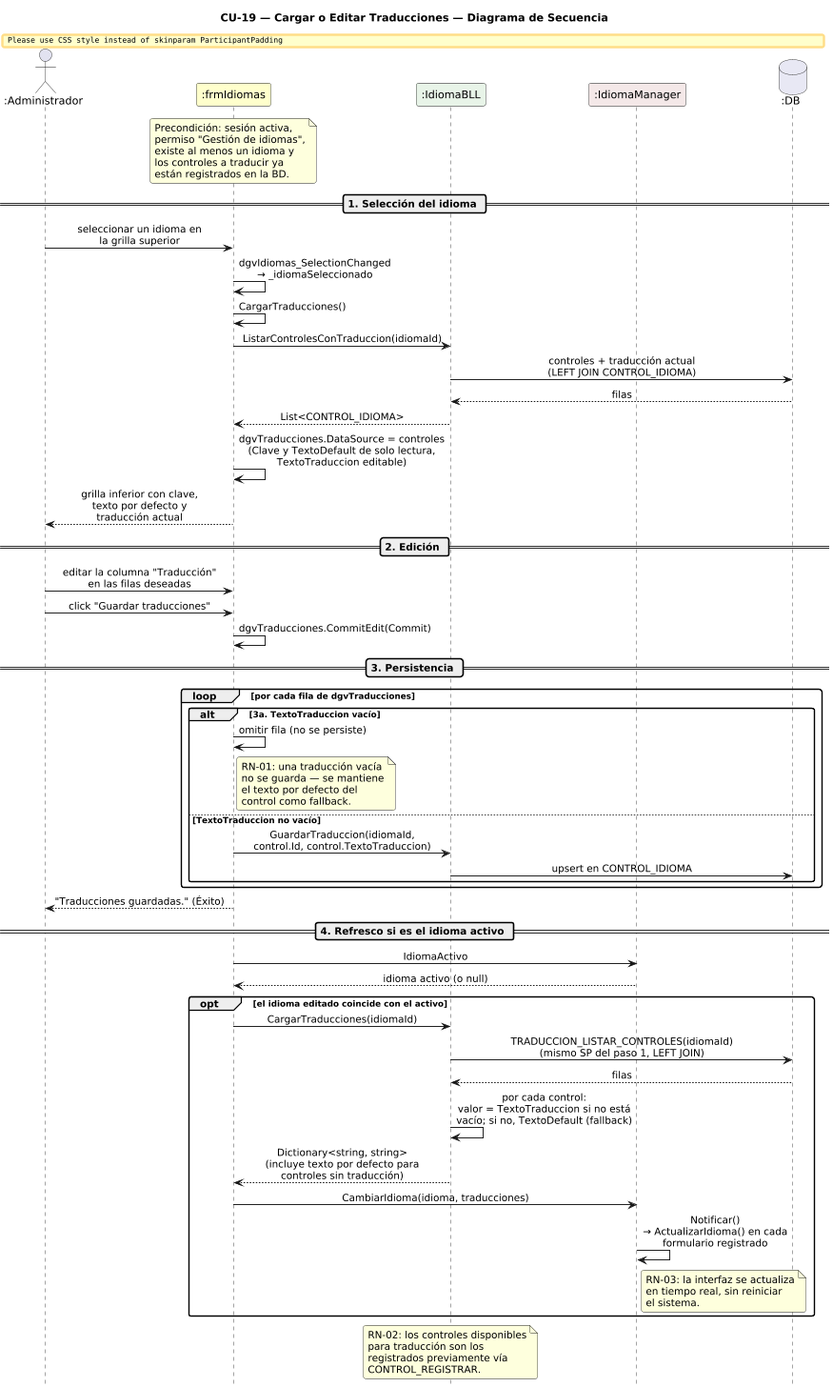
Before: DIAGRAMAS/DiagramaSecuencia_CU19_CargarEditarTraducciones.png, a diagram exported from PlantUML (Urrels/ingenieria_software). Its diagram source:
```plantuml
@startuml DiagramaSecuencia_CU19_CargarEditarTraducciones

title CU-19 — Cargar o Editar Traducciones — Diagrama de Secuencia

skinparam shadowing false
skinparam roundcorner 6
skinparam sequenceArrowThickness 1.2
skinparam ParticipantPadding 14
skinparam sequenceMessageAlign center
hide footbox
scale 0.8

actor       ":Administrador" as A
participant ":frmIdiomas"    as FI #FEFECE
participant ":IdiomaBLL"     as IB #E8F4E8
participant ":IdiomaManager" as IM #F4E8E8
database    ":DB"            as DB #E8E8F4

note over FI
  Precondición: sesión activa,
  permiso "Gestión de idiomas",
  existe al menos un idioma y
  los controles a traducir ya
  están registrados en la BD.
end note

== 1. Selección del idioma ==

A -> FI : seleccionar un idioma en\nla grilla superior
FI -> FI : dgvIdiomas_SelectionChanged\n→ _idiomaSeleccionado
FI -> FI : CargarTraducciones()

FI -> IB : ListarControlesConTraduccion(idiomaId)
IB -> DB : controles + traducción actual\n(LEFT JOIN CONTROL_IDIOMA)
DB --> IB : filas
IB --> FI : List<CONTROL_IDIOMA>
FI -> FI : dgvTraducciones.DataSource = controles\n(Clave y TextoDefault de solo lectura,\nTextoTraduccion editable)
FI --> A : grilla inferior con clave,\ntexto por defecto y\ntraducción actual

== 2. Edición ==

A -> FI : editar la columna "Traducción"\nen las filas deseadas
A -> FI : click "Guardar traducciones"
FI -> FI : dgvTraducciones.CommitEdit(Commit)

== 3. Persistencia ==

loop por cada fila de dgvTraducciones

  alt 3a. TextoTraduccion vacío
    FI -> FI : omitir fila (no se persiste)
    note right of FI
      RN-01: una traducción vacía
      no se guarda — se mantiene
      el texto por defecto del
      control como fallback.
    end note
  else TextoTraduccion no vacío
    FI -> IB : GuardarTraduccion(idiomaId,\ncontrol.Id, control.TextoTraduccion)
    IB -> DB : upsert en CONTROL_IDIOMA
  end
end

FI --> A : "Traducciones guardadas." (Éxito)

== 4. Refresco si es el idioma activo ==

FI -> IM : IdiomaActivo
IM --> FI : idioma activo (o null)

opt el idioma editado coincide con el activo
  FI -> IB : CargarTraducciones(idiomaId)
  IB -> DB : TRADUCCION_LISTAR_CONTROLES(idiomaId)\n(mismo SP del paso 1, LEFT JOIN)
  DB --> IB : filas
  IB -> IB : por cada control:\nvalor = TextoTraduccion si no está\nvacío; si no, TextoDefault (fallback)
  IB --> FI : Dictionary<string, string>\n(incluye texto por defecto para\ncontroles sin traducción)
  FI -> IM : CambiarIdioma(idioma, traducciones)
  IM -> IM : Notificar()\n→ ActualizarIdioma() en cada\nformulario registrado
  note right of IM
    RN-03: la interfaz se actualiza
    en tiempo real, sin reiniciar
    el sistema.
  end note
end

note over IB
  RN-02: los controles disponibles
  para traducción son los
  registrados previamente vía
  CONTROL_REGISTRAR.
end note

@enduml
```
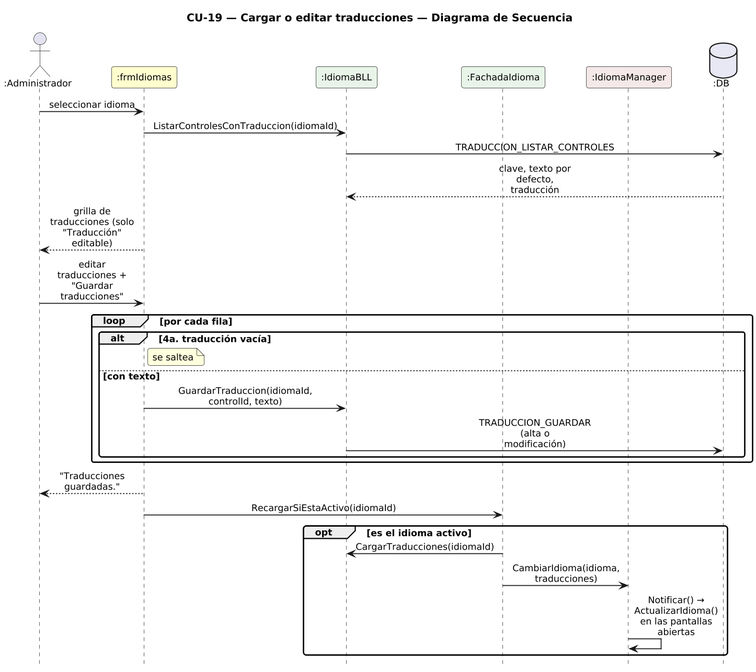
The same file after the commit.

Change to the diagram source:
```diff
@@ -1,93 +1,45 @@
 @startuml DiagramaSecuencia_CU19_CargarEditarTraducciones
 
-title CU-19 — Cargar o Editar Traducciones — Diagrama de Secuencia
+title CU-19 — Cargar o editar traducciones — Diagrama de Secuencia
 
 skinparam shadowing false
 skinparam roundcorner 6
 skinparam sequenceArrowThickness 1.2
-skinparam ParticipantPadding 14
+skinparam ParticipantPadding 6
+skinparam BoxPadding 4
+skinparam maxMessageSize 115
 skinparam sequenceMessageAlign center
+skinparam defaultFontSize 12
+skinparam dpi 140
 hide footbox
-scale 0.8
 
-actor       ":Administrador" as A
-participant ":frmIdiomas"    as FI #FEFECE
-participant ":IdiomaBLL"     as IB #E8F4E8
+actor ":Administrador" as A
+participant ":frmIdiomas" as F #FEFECE
+participant ":IdiomaBLL" as IB #E8F4E8
+participant ":FachadaIdioma" as FA #E8F4E8
 participant ":IdiomaManager" as IM #F4E8E8
-database    ":DB"            as DB #E8E8F4
+database ":DB" as DB #E8E8F4
 
-note over FI
-  Precondición: sesión activa,
-  permiso "Gestión de idiomas",
-  existe al menos un idioma y
-  los controles a traducir ya
-  están registrados en la BD.
-end note
-
-== 1. Selección del idioma ==
-
-A -> FI : seleccionar un idioma en\nla grilla superior
-FI -> FI : dgvIdiomas_SelectionChanged\n→ _idiomaSeleccionado
-FI -> FI : CargarTraducciones()
-
-FI -> IB : ListarControlesConTraduccion(idiomaId)
-IB -> DB : controles + traducción actual\n(LEFT JOIN CONTROL_IDIOMA)
-DB --> IB : filas
-IB --> FI : List<CONTROL_IDIOMA>
-FI -> FI : dgvTraducciones.DataSource = controles\n(Clave y TextoDefault de solo lectura,\nTextoTraduccion editable)
-FI --> A : grilla inferior con clave,\ntexto por defecto y\ntraducción actual
-
-== 2. Edición ==
-
-A -> FI : editar la columna "Traducción"\nen las filas deseadas
-A -> FI : click "Guardar traducciones"
-FI -> FI : dgvTraducciones.CommitEdit(Commit)
-
-== 3. Persistencia ==
-
-loop por cada fila de dgvTraducciones
-
-  alt 3a. TextoTraduccion vacío
-    FI -> FI : omitir fila (no se persiste)
-    note right of FI
-      RN-01: una traducción vacía
-      no se guarda — se mantiene
-      el texto por defecto del
-      control como fallback.
-    end note
-  else TextoTraduccion no vacío
-    FI -> IB : GuardarTraduccion(idiomaId,\ncontrol.Id, control.TextoTraduccion)
-    IB -> DB : upsert en CONTROL_IDIOMA
+A -> F : seleccionar idioma
+F -> IB : ListarControlesConTraduccion(idiomaId)
+IB -> DB : TRADUCCION_LISTAR_CONTROLES
+DB --> IB : clave, texto por defecto, traducción
+F --> A : grilla de traducciones (solo "Traducción" editable)
+A -> F : editar traducciones + "Guardar traducciones"
+loop por cada fila
+  alt 4a. traducción vacía
+    note right of F : se saltea
+  else con texto
+    F -> IB : GuardarTraduccion(idiomaId, controlId, texto)
+    IB -> DB : TRADUCCION_GUARDAR (alta o modificación)
   end
 end
-
-FI --> A : "Traducciones guardadas." (Éxito)
-
-== 4. Refresco si es el idioma activo ==
-
-FI -> IM : IdiomaActivo
-IM --> FI : idioma activo (o null)
-
-opt el idioma editado coincide con el activo
-  FI -> IB : CargarTraducciones(idiomaId)
-  IB -> DB : TRADUCCION_LISTAR_CONTROLES(idiomaId)\n(mismo SP del paso 1, LEFT JOIN)
-  DB --> IB : filas
-  IB -> IB : por cada control:\nvalor = TextoTraduccion si no está\nvacío; si no, TextoDefault (fallback)
-  IB --> FI : Dictionary<string, string>\n(incluye texto por defecto para\ncontroles sin traducción)
-  FI -> IM : CambiarIdioma(idioma, traducciones)
-  IM -> IM : Notificar()\n→ ActualizarIdioma() en cada\nformulario registrado
-  note right of IM
-    RN-03: la interfaz se actualiza
-    en tiempo real, sin reiniciar
-    el sistema.
-  end note
+F --> A : "Traducciones guardadas."
+F -> FA : RecargarSiEstaActivo(idiomaId)
+opt es el idioma activo
+  FA -> IB : CargarTraducciones(idiomaId)
+  FA -> IM : CambiarIdioma(idioma, traducciones)
+  IM -> IM : Notificar() → ActualizarIdioma()\nen las pantallas abiertas
 end
 
-note over IB
-  RN-02: los controles disponibles
-  para traducción son los
-  registrados previamente vía
-  CONTROL_REGISTRAR.
-end note
-
 @enduml
```
